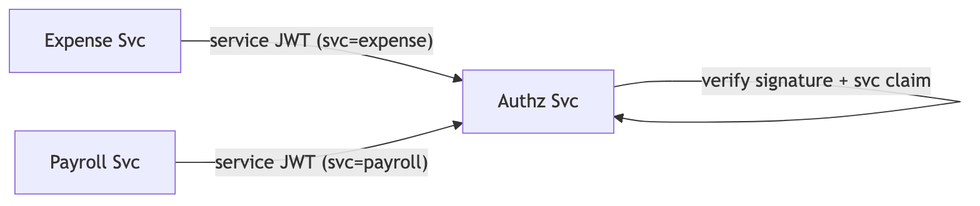
Earlier version of the Mermaid export docs/diagrams/07-service-to-service.png (Naamsukh/payoneer-take-home-assignment). Its source is kept beside it as docs/diagrams/07-service-to-service.mmd. The source it was exported from:
```mermaid
flowchart LR
    EXP[Expense Svc] -- "service JWT (svc=expense)" --> PDP[Authz Svc]
    PAY[Payroll Svc] -- "service JWT (svc=payroll)" --> PDP
    PDP -- "verify signature + svc claim" --> PDP
```
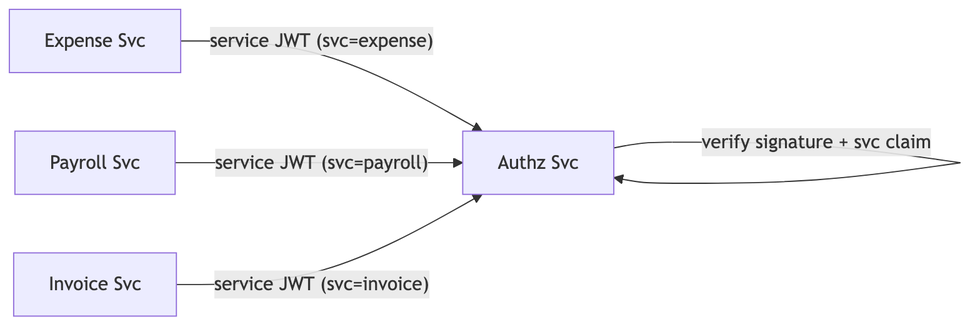
The same diagram one commit later.

Commit message:
docs: refresh for Invoice service + recent hardening

The edit, as a diff of the source:
```diff
@@ -1,4 +1,5 @@
 flowchart LR
     EXP[Expense Svc] -- "service JWT (svc=expense)" --> PDP[Authz Svc]
     PAY[Payroll Svc] -- "service JWT (svc=payroll)" --> PDP
+    INV[Invoice Svc] -- "service JWT (svc=invoice)" --> PDP
     PDP -- "verify signature + svc claim" --> PDP
```
